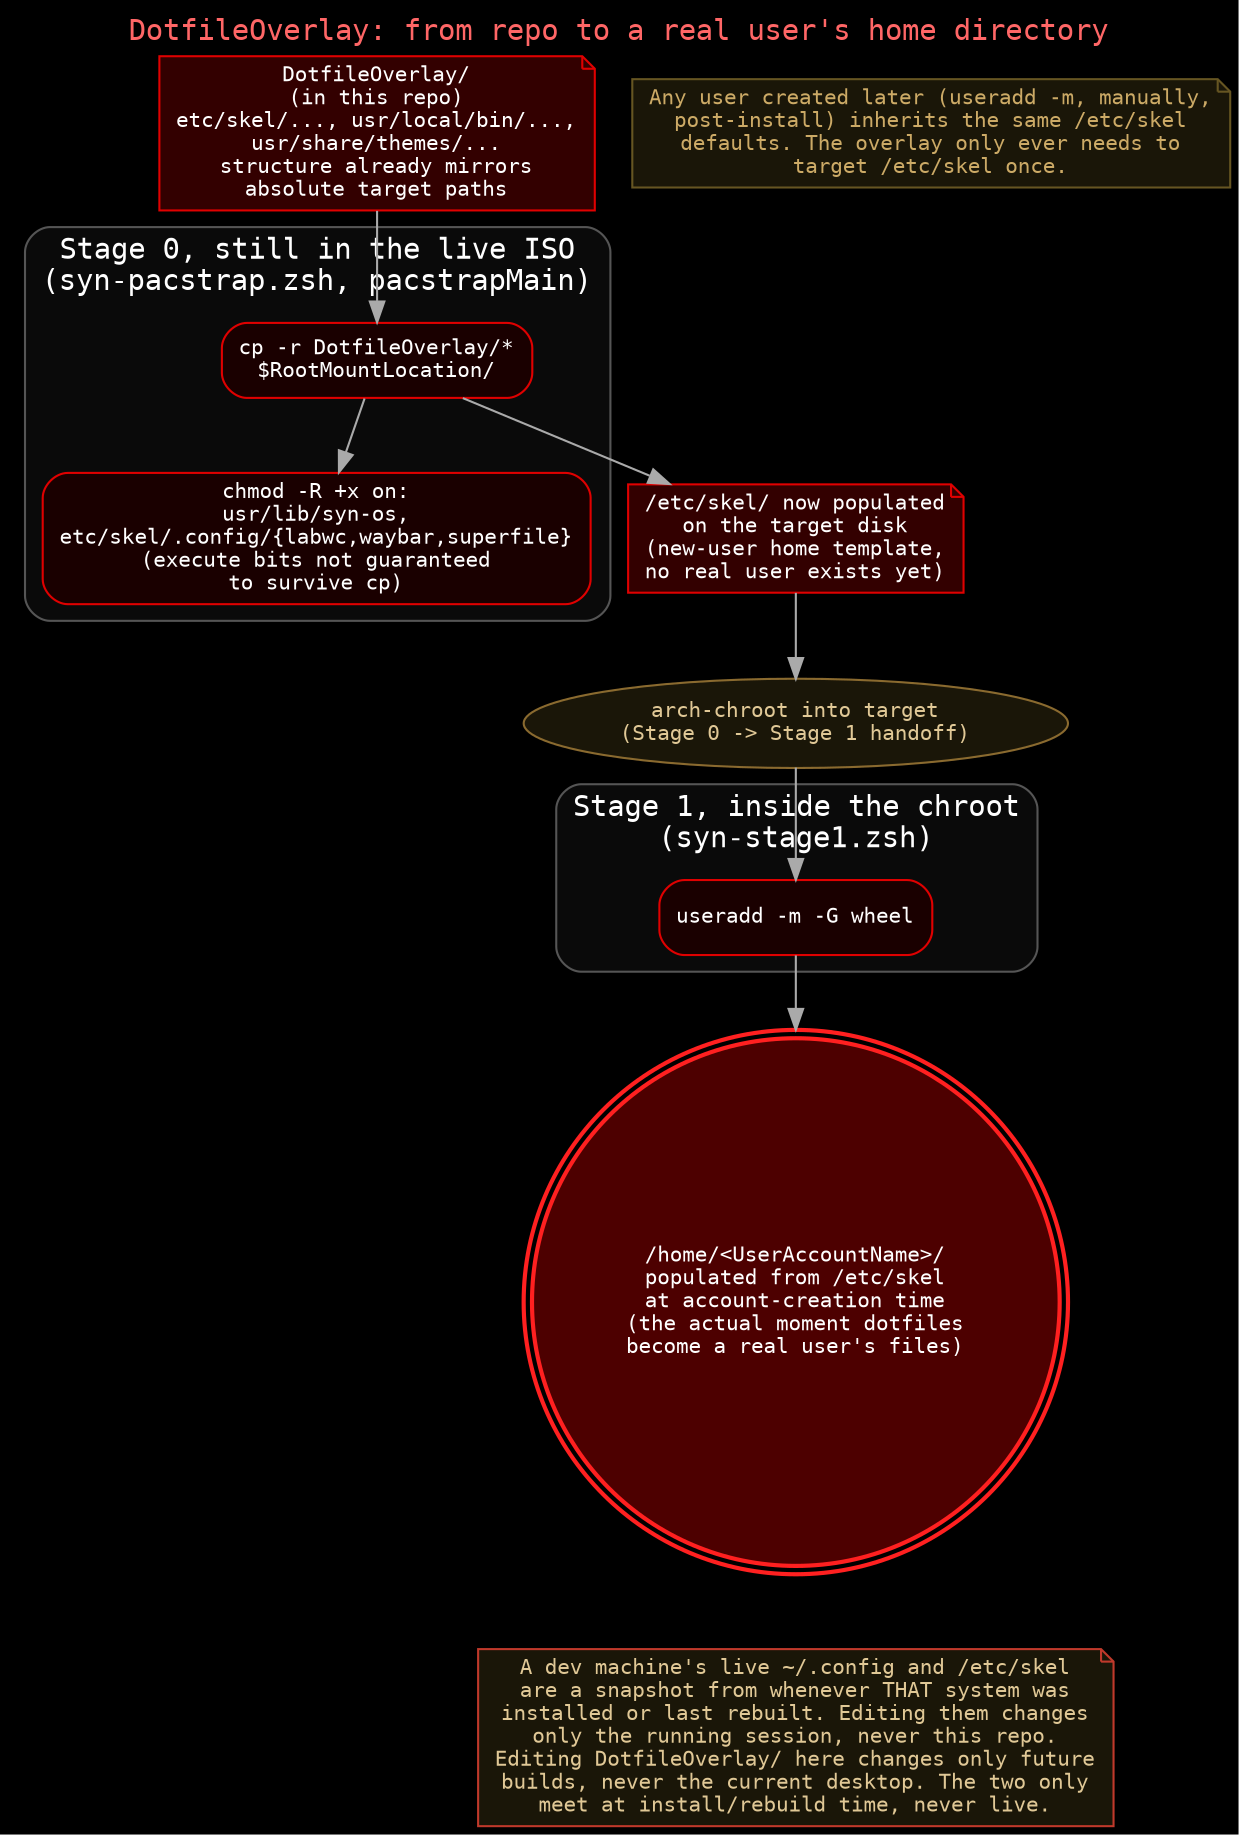
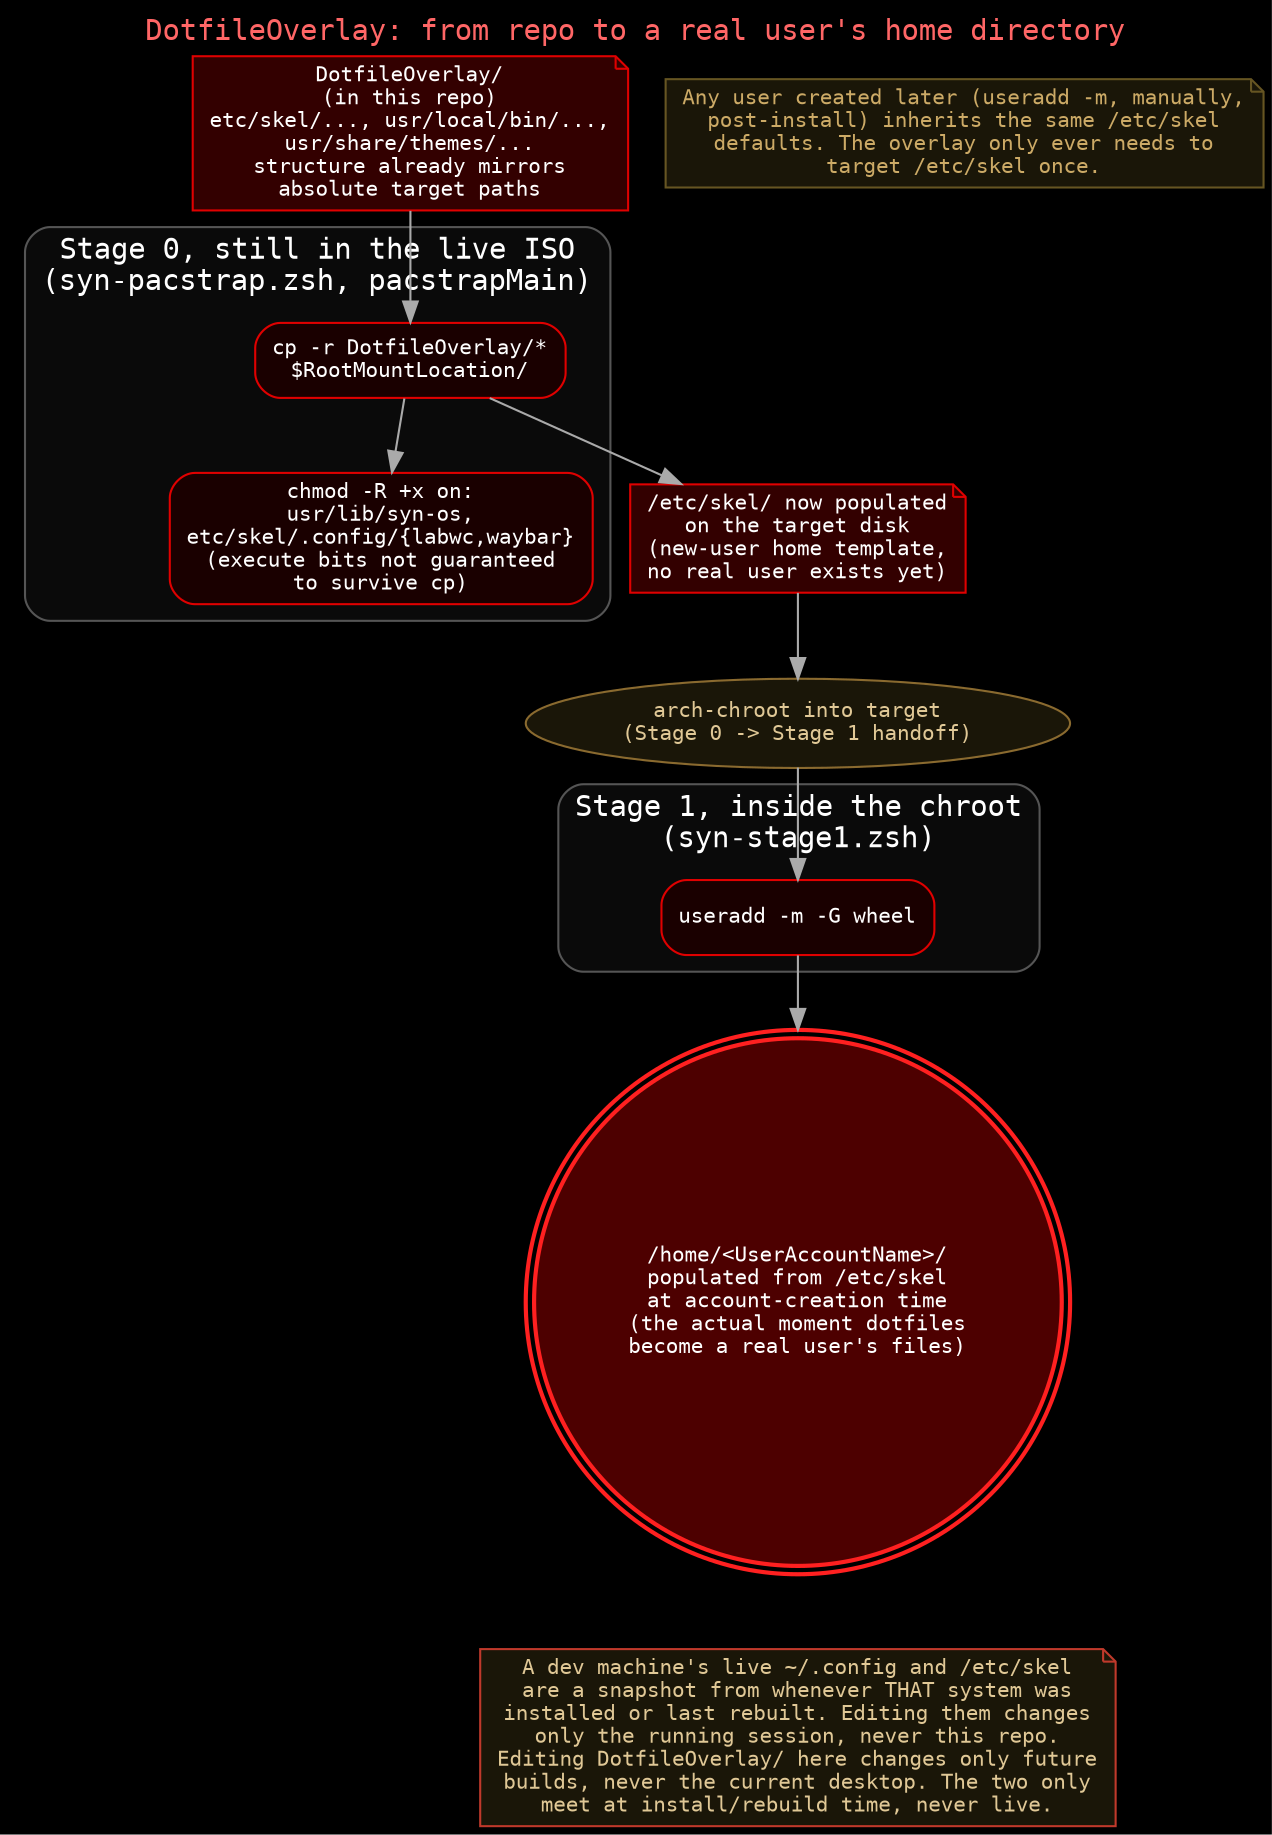
digraph dotfile_overlay {
  rankdir=TB;
  bgcolor="#000000";
  fontname="monospace";
  node [shape=box, style="rounded,filled", fillcolor="#4d0000", color="#e00000", fontcolor="white", fontname="monospace", fontsize=10];
  edge [color="#AAAAAA", fontcolor="white", fontname="monospace", fontsize=9];

  label="DotfileOverlay: from repo to a real user's home directory";
  labelloc="t"; fontsize=14; fontcolor="#ff6666";

  repo [label="DotfileOverlay/\n(in this repo)\netc/skel/..., usr/local/bin/...,\nusr/share/themes/...\nstructure already mirrors\nabsolute target paths", shape=note, fillcolor="#330000"];

  subgraph cluster_stage0 {
    label="Stage 0, still in the live ISO\n(syn-pacstrap.zsh, pacstrapMain)"; style="rounded"; color="#555555"; fontcolor="white"; bgcolor="#0a0a0a";
    cp [label="cp -r DotfileOverlay/*\n$RootMountLocation/", fillcolor="#1a0000"];
-     chmod [label="chmod -R +x on:\nusr/lib/syn-os,\netc/skel/.config/{labwc,waybar,superfile}\n(execute bits not guaranteed\nto survive cp)", fillcolor="#1a0000"];
+     chmod [label="chmod -R +x on:\nusr/lib/syn-os,\netc/skel/.config/{labwc,waybar}\n(execute bits not guaranteed\nto survive cp)", fillcolor="#1a0000"];
    cp -> chmod;
  }

  skel [label="/etc/skel/ now populated\non the target disk\n(new-user home template,\nno real user exists yet)", shape=note, fillcolor="#330000"];

  chroot [label="arch-chroot into target\n(Stage 0 -> Stage 1 handoff)", shape=oval, fillcolor="#1a1608", color="#8a6a2f", fontcolor="#e0c896"];

  subgraph cluster_stage1 {
    label="Stage 1, inside the chroot\n(syn-stage1.zsh)"; style="rounded"; color="#555555"; fontcolor="white"; bgcolor="#0a0a0a";
    useradd [label="useradd -m -G wheel", fillcolor="#1a0000"];
  }

  home [label="/home/<UserAccountName>/\npopulated from /etc/skel\nat account-creation time\n(the actual moment dotfiles\nbecome a real user's files)", shape=doublecircle, fillcolor="#4d0000", penwidth=2, color="#ff2020"];

  repo -> cp -> skel;
  skel -> chroot -> useradd -> home;

  note [shape=note, fillcolor="#1a1608", color="#665522", fontcolor="#ccaa66",
        label="Any user created later (useradd -m, manually,\npost-install) inherits the same /etc/skel\ndefaults. The overlay only ever needs to\ntarget /etc/skel once."];

  drift [shape=note, fillcolor="#1a1608", color="#c0392b", fontcolor="#e0c896",
         label="A dev machine's live ~/.config and /etc/skel\nare a snapshot from whenever THAT system was\ninstalled or last rebuilt. Editing them changes\nonly the running session, never this repo.\nEditing DotfileOverlay/ here changes only future\nbuilds, never the current desktop. The two only\nmeet at install/rebuild time, never live."];
  home -> drift [style=invis];
}
